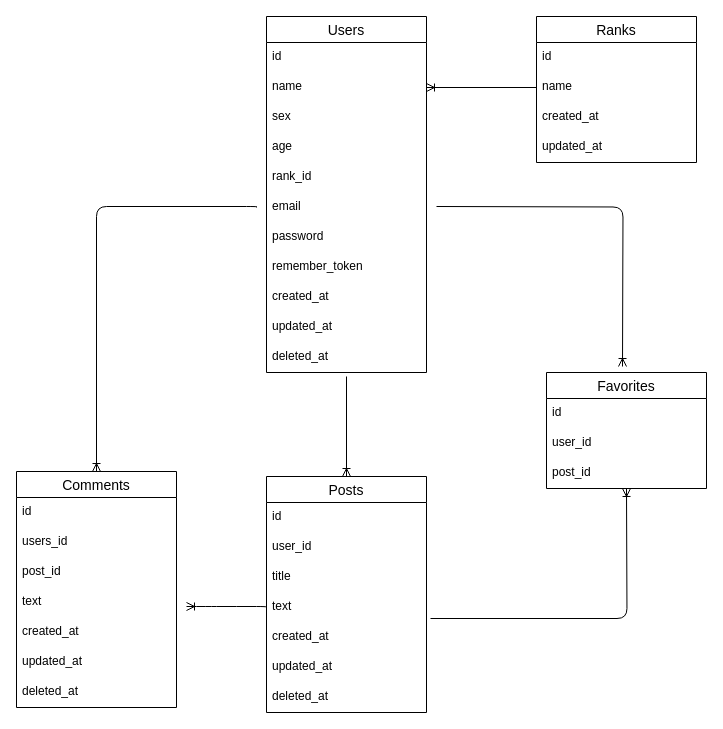
yuki1923/repentance_service keeps this draw.io diagram as er.drawio. Above is the earlier version. Source tidied: cells renumbered, new cells numbered last; positions are measured from the earlier drawing's top-left corner, leaving out a move shared by most shapes. Both pictures are drawn from the tidied source at 100%, with x=0, y=0 at pixel (16, 16).
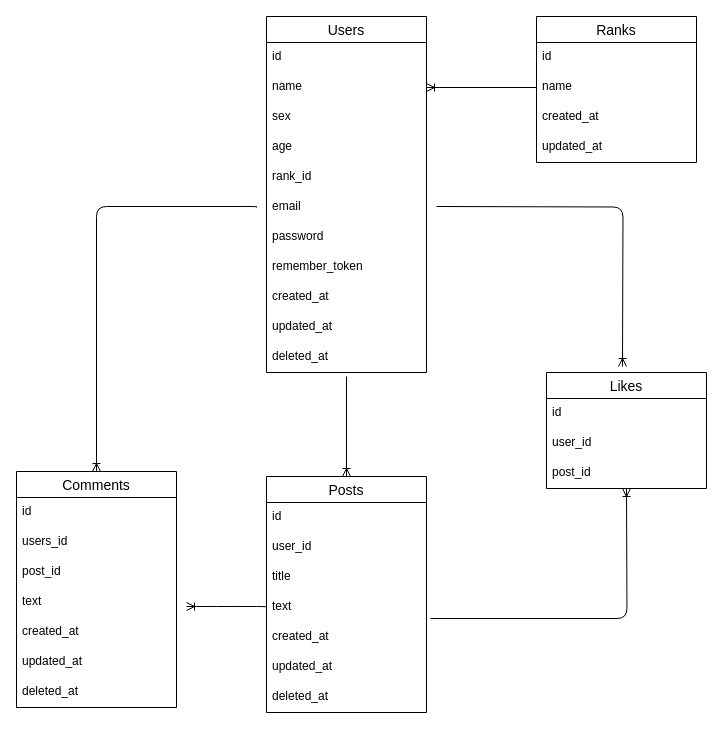
Above is the later version.

Commit message (it also covers changes not shown here):
FavoritesテーブルからLikesテーブルに変更

The edit, as a diff of the source:
```diff
@@
-    <mxCell id="32" value="Favorites" style="swimlane;fontStyle=0;horizontal=1;startSize=26;align=center;fontSize=14;" parent="1" vertex="1">
+    <mxCell id="32" value="Likes" style="swimlane;fontStyle=0;horizontal=1;startSize=26;align=center;fontSize=14;" parent="1" vertex="1">
       <mxGeometry x="530" y="356" width="160" height="116" as="geometry" />
     </mxCell>
```
